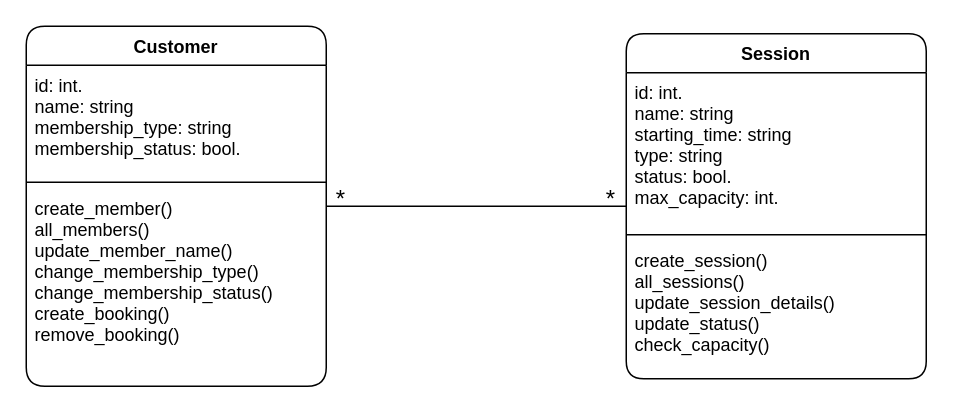
This is Diagrams/Class Diagram.drawio from MichaelWales/GymDex-Solo-Project, a draw.io file, before an edit. Source tidied: cells renumbered, new cells numbered last; positions are measured from the earlier drawing's top-left corner, leaving out a move shared by most shapes. Both pictures are drawn from the tidied source at 150%, with x=0, y=0 at pixel (26, 26).
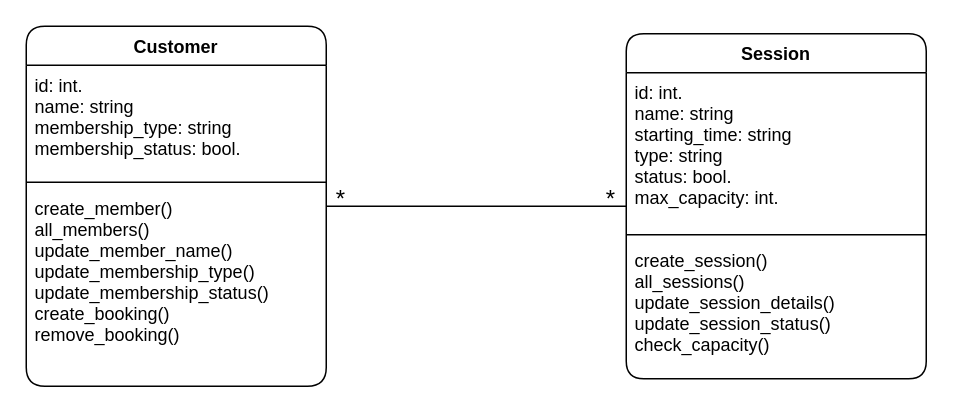
The same page after the edit.

Commit message (it also covers changes not shown here):
Changes wording in Class Diagram, updates method for Update Session Class

What changed in the source:
```diff
@@
 <mxGraphModel>
   <root>
     <mxCell id="0" />
     <mxCell id="1" parent="0" />
     <mxCell id="2" style="edgeStyle=orthogonalEdgeStyle;rounded=1;jettySize=auto;html=1;jumpStyle=none;endArrow=none;endFill=0;strokeWidth=1;startArrow=none;startFill=0;" parent="1" edge="1" source="9" target="5">
       <mxGeometry relative="1" as="geometry" />
     </mxCell>
     <mxCell id="3" value="*" style="text;html=1;strokeColor=none;fillColor=none;align=center;verticalAlign=middle;whiteSpace=wrap;rounded=0;fontSize=16;" parent="1" vertex="1">
       <mxGeometry x="190" y="105" width="40" height="20" as="geometry" />
     </mxCell>
     <mxCell id="4" value="*" style="text;html=1;strokeColor=none;fillColor=none;align=center;verticalAlign=middle;whiteSpace=wrap;rounded=0;fontSize=16;" parent="1" vertex="1">
       <mxGeometry x="370" y="105" width="40" height="20" as="geometry" />
     </mxCell>
     <mxCell id="5" value="Customer" style="swimlane;fontStyle=1;align=center;verticalAlign=top;horizontal=1;startSize=26;rounded=1;glass=0;comic=0;strokeWidth=1;gradientColor=none;swimlaneFillColor=#ffffff;arcSize=16;" parent="1" vertex="1">
       <mxGeometry width="200" height="240" as="geometry" />
     </mxCell>
     <mxCell id="6" value="id: int.&#10;name: string&#10;membership_type: string&#10;membership_status: bool." style="text;strokeColor=none;fillColor=none;align=left;verticalAlign=top;spacingLeft=4;spacingRight=4;overflow=hidden;spacing=2;" parent="5" vertex="1">
       <mxGeometry y="26" width="200" height="74" as="geometry" />
     </mxCell>
     <mxCell id="7" style="line;strokeWidth=1;fillColor=none;align=left;verticalAlign=middle;spacingTop=-1;spacingLeft=3;spacingRight=3;labelPosition=right;" parent="5" vertex="1">
       <mxGeometry y="100" width="200" height="8" as="geometry" />
     </mxCell>
-    <mxCell id="8" value="create_member()&#10;all_members()&#10;update_member_name()&#10;change_membership_type()&#10;change_membership_status()&#10;create_booking()&#10;remove_booking()" style="text;strokeColor=none;fillColor=none;align=left;verticalAlign=top;spacingLeft=4;spacingRight=4;overflow=hidden;" parent="5" vertex="1">
+    <mxCell id="8" value="create_member()&#10;all_members()&#10;update_member_name()&#10;update_membership_type()&#10;update_membership_status()&#10;create_booking()&#10;remove_booking()" style="text;strokeColor=none;fillColor=none;align=left;verticalAlign=top;spacingLeft=4;spacingRight=4;overflow=hidden;" parent="5" vertex="1">
       <mxGeometry y="108" width="200" height="132" as="geometry" />
     </mxCell>
     <mxCell id="9" value="Session" style="swimlane;fontStyle=1;align=center;verticalAlign=top;horizontal=1;startSize=26;rounded=1;glass=0;comic=0;strokeWidth=1;gradientColor=none;swimlaneFillColor=#ffffff;" parent="1" vertex="1">
       <mxGeometry x="400" y="5" width="200" height="230" as="geometry" />
     </mxCell>
     <mxCell id="10" value="id: int.&#10;name: string&#10;starting_time: string&#10;type: string&#10;status: bool.&#10;max_capacity: int." style="text;strokeColor=none;fillColor=none;align=left;verticalAlign=top;spacingLeft=4;spacingRight=4;overflow=hidden;spacing=2;" parent="9" vertex="1">
       <mxGeometry y="26" width="200" height="104" as="geometry" />
     </mxCell>
     <mxCell id="11" style="line;strokeWidth=1;fillColor=none;align=left;verticalAlign=middle;spacingTop=-1;spacingLeft=3;spacingRight=3;labelPosition=right;" parent="9" vertex="1">
       <mxGeometry y="130" width="200" height="8" as="geometry" />
     </mxCell>
-    <mxCell id="12" value="create_session()&#10;all_sessions()&#10;update_session_details()&#10;update_status()&#10;check_capacity()" style="text;strokeColor=none;fillColor=none;align=left;verticalAlign=top;spacingLeft=4;spacingRight=4;overflow=hidden;" parent="9" vertex="1">
+    <mxCell id="12" value="create_session()&#10;all_sessions()&#10;update_session_details()&#10;update_session_status()&#10;check_capacity()" style="text;strokeColor=none;fillColor=none;align=left;verticalAlign=top;spacingLeft=4;spacingRight=4;overflow=hidden;" parent="9" vertex="1">
       <mxGeometry y="138" width="200" height="92" as="geometry" />
     </mxCell>
   </root>
 </mxGraphModel>
```
